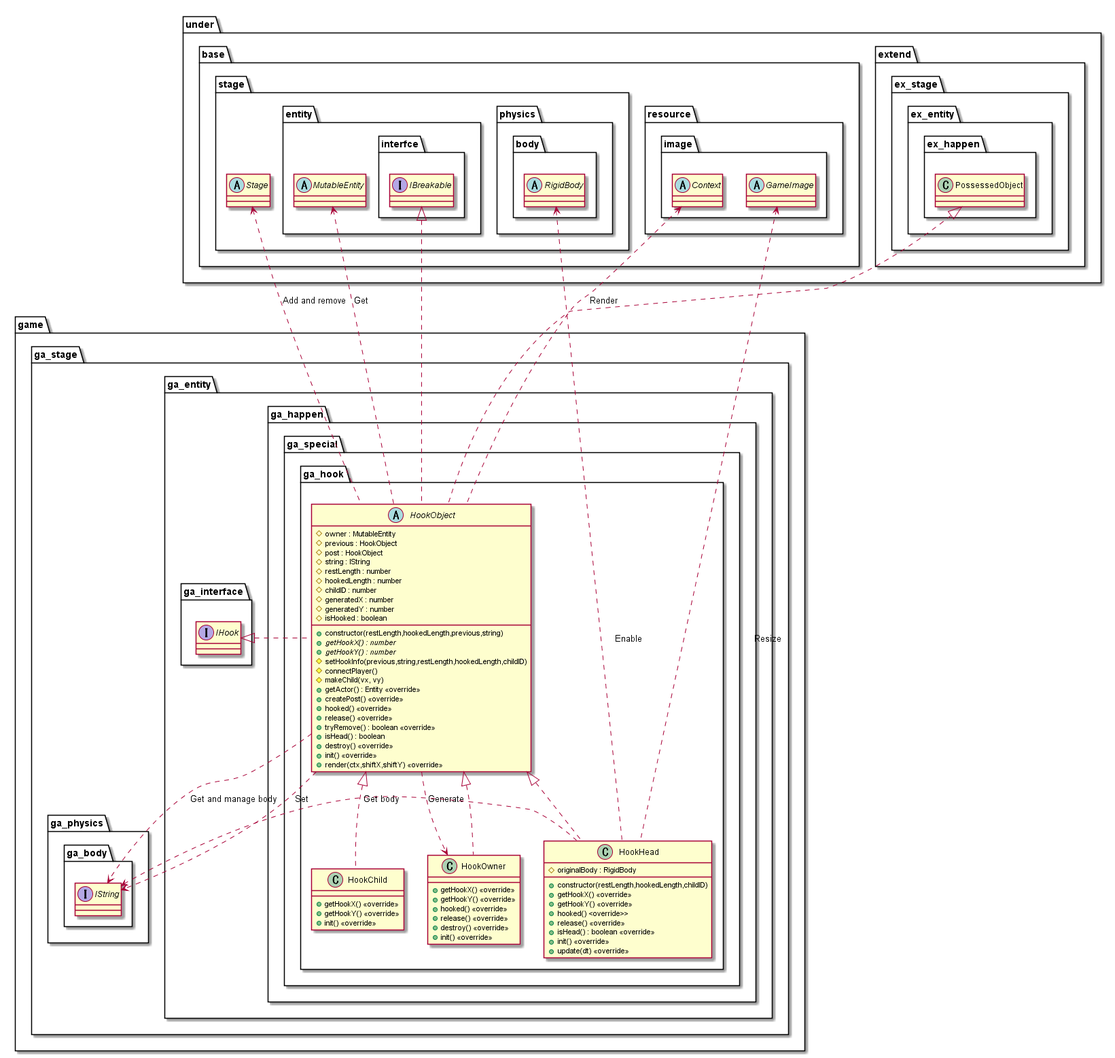
Earlier version of the PlantUML export out/uml/entity/GameHook/EntityGameHook.png (Expine/Under).
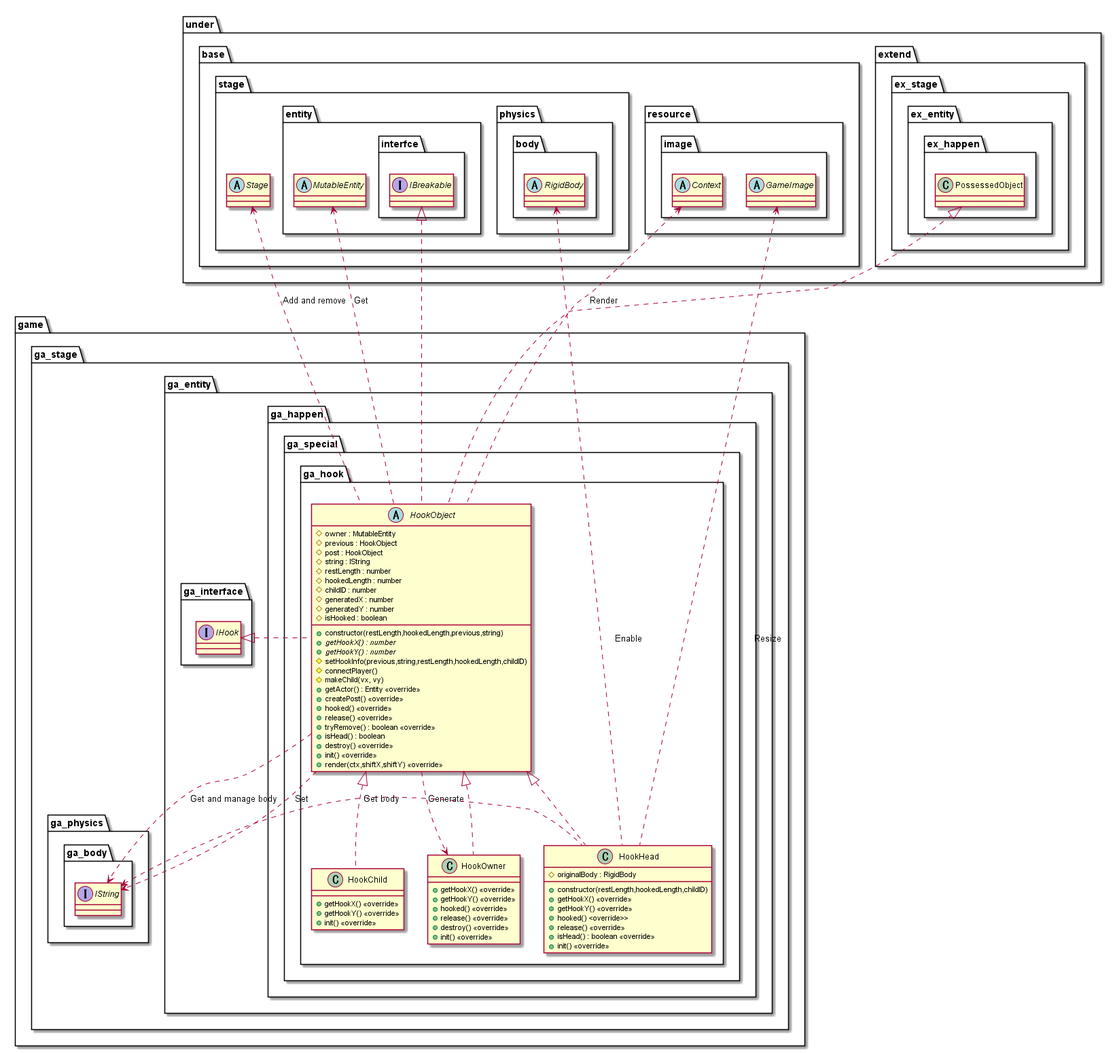
The same diagram one commit later.

What changed in the source:
```diff
@@ -41,7 +41,6 @@
                             +release() <<override>>
                             +isHead() : boolean <<override>>
                             +init() <<override>>
-                            +update(dt) <<override>>
                         }
                         class HookChild {
                             +getHookX() <<override>>
```
